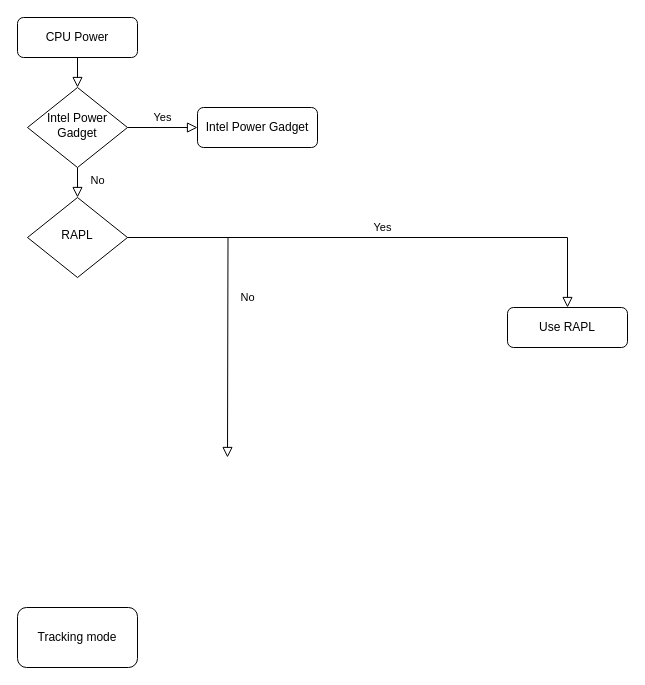
This is docs/edit/Diagramme sans nom.drawio from mlco2/codecarbon, a draw.io file, before an edit. Source tidied: cells renumbered, new cells numbered last; positions are measured from the earlier drawing's top-left corner, leaving out a move shared by most shapes. Both pictures are drawn from the tidied source at 100%, with x=0, y=0 at pixel (17, 17).
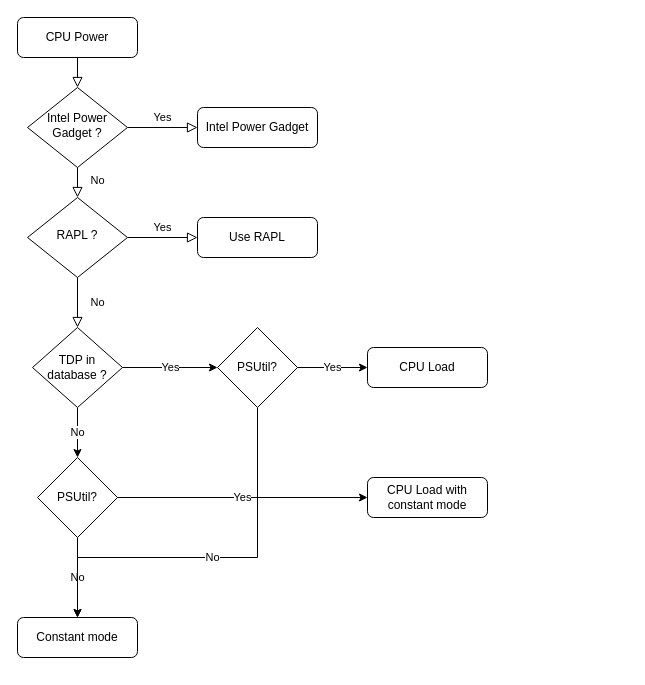
Above is the later version.

Commit message:
Mettre à jour Diagramme sans nom.drawio

Change to the diagram source:
```diff
@@
-    <mxCell id="4" value="No" style="rounded=0;html=1;jettySize=auto;fontSize=11;endArrow=block;endFill=0;endSize=8;strokeWidth=1;shadow=0;labelBackgroundColor=none;edgeStyle=orthogonalEdgeStyle;" parent="1" edge="1" source="6">
-      <mxGeometry y="20" relative="1" as="geometry">
-        <mxPoint x="210" y="440" as="targetPoint" />
-      </mxGeometry>
+    <mxCell id="4" value="No" style="rounded=0;html=1;jettySize=auto;fontSize=11;endArrow=block;endFill=0;endSize=8;strokeWidth=1;shadow=0;labelBackgroundColor=none;edgeStyle=orthogonalEdgeStyle;entryX=0.5;entryY=0;entryDx=0;entryDy=0;" parent="1" edge="1" source="6" target="18">
+      <mxGeometry y="20" relative="1" as="geometry" />
     </mxCell>
@@
-    <mxCell id="6" value="RAPL" style="rhombus;whiteSpace=wrap;html=1;shadow=0;fontFamily=Helvetica;fontSize=12;align=center;strokeWidth=1;spacing=6;spacingTop=-4;" parent="1" vertex="1">
+    <mxCell id="6" value="RAPL ?" style="rhombus;whiteSpace=wrap;html=1;shadow=0;fontFamily=Helvetica;fontSize=12;align=center;strokeWidth=1;spacing=6;spacingTop=-4;" parent="1" vertex="1">
       <mxGeometry x="10" y="180" width="100" height="80" as="geometry" />
     </mxCell>
     <mxCell id="7" value="Use RAPL" style="rounded=1;whiteSpace=wrap;html=1;fontSize=12;glass=0;strokeWidth=1;shadow=0;" parent="1" vertex="1">
-      <mxGeometry x="490" y="290" width="120" height="40" as="geometry" />
+      <mxGeometry x="180" y="200" width="120" height="40" as="geometry" />
     </mxCell>
@@
-    <mxCell id="10" value="Intel Power Gadget" style="rhombus;whiteSpace=wrap;html=1;shadow=0;fontFamily=Helvetica;fontSize=12;align=center;strokeWidth=1;spacing=6;spacingTop=-4;" parent="1" vertex="1">
+    <mxCell id="10" value="Intel Power Gadget ?" style="rhombus;whiteSpace=wrap;html=1;shadow=0;fontFamily=Helvetica;fontSize=12;align=center;strokeWidth=1;spacing=6;spacingTop=-4;" parent="1" vertex="1">
       <mxGeometry x="10" y="70" width="100" height="80" as="geometry" />
     </mxCell>
@@
-    <mxCell id="12" value="Tracking mode" style="rounded=1;whiteSpace=wrap;html=1;" parent="1" vertex="1">
-      <mxGeometry y="590" width="120" height="60" as="geometry" />
-    </mxCell>
+    <mxCell id="13" value="No" style="edgeStyle=orthogonalEdgeStyle;rounded=0;jettySize=auto;html=1;exitX=0.5;exitY=1;exitDx=0;exitDy=0;entryX=0.5;entryY=0;entryDx=0;entryDy=0;" parent="1" edge="1" source="15" target="20">
+      <mxGeometry relative="1" as="geometry" />
+    </mxCell>
+    <mxCell id="14" value="Yes" style="edgeStyle=orthogonalEdgeStyle;rounded=0;jettySize=auto;html=1;exitX=1;exitY=0.5;exitDx=0;exitDy=0;entryX=0;entryY=0.5;entryDx=0;entryDy=0;" parent="1" edge="1" source="15" target="24">
+      <mxGeometry relative="1" as="geometry" />
+    </mxCell>
+    <mxCell id="15" value="PSUtil?" style="rhombus;whiteSpace=wrap;html=1;" parent="1" vertex="1">
+      <mxGeometry x="20" y="440" width="80" height="80" as="geometry" />
+    </mxCell>
+    <mxCell id="16" value="Yes" style="edgeStyle=orthogonalEdgeStyle;rounded=0;jettySize=auto;html=1;exitX=1;exitY=0.5;exitDx=0;exitDy=0;entryX=0;entryY=0.5;entryDx=0;entryDy=0;" parent="1" edge="1" source="23" target="19">
+      <mxGeometry relative="1" as="geometry" />
+    </mxCell>
+    <mxCell id="17" value="No" style="edgeStyle=orthogonalEdgeStyle;rounded=0;jettySize=auto;html=1;exitX=0.5;exitY=1;exitDx=0;exitDy=0;entryX=0.5;entryY=0;entryDx=0;entryDy=0;" parent="1" edge="1" source="18" target="15">
+      <mxGeometry relative="1" as="geometry" />
+    </mxCell>
+    <mxCell id="18" value="TDP in database ?" style="rhombus;whiteSpace=wrap;html=1;" parent="1" vertex="1">
+      <mxGeometry x="15" y="310" width="90" height="80" as="geometry" />
+    </mxCell>
+    <mxCell id="19" value="CPU Load" style="rounded=1;whiteSpace=wrap;html=1;fontSize=12;glass=0;strokeWidth=1;shadow=0;" parent="1" vertex="1">
+      <mxGeometry x="350" y="330" width="120" height="40" as="geometry" />
+    </mxCell>
+    <mxCell id="20" value="Constant mode" style="rounded=1;whiteSpace=wrap;html=1;fontSize=12;glass=0;strokeWidth=1;shadow=0;" parent="1" vertex="1">
+      <mxGeometry y="600" width="120" height="40" as="geometry" />
+    </mxCell>
+    <mxCell id="21" value="Yes" style="edgeStyle=orthogonalEdgeStyle;rounded=0;jettySize=auto;html=1;exitX=1;exitY=0.5;exitDx=0;exitDy=0;entryX=0;entryY=0.5;entryDx=0;entryDy=0;" parent="1" edge="1" source="18" target="23">
+      <mxGeometry relative="1" as="geometry" />
+    </mxCell>
+    <mxCell id="22" value="No" style="edgeStyle=orthogonalEdgeStyle;rounded=0;jettySize=auto;html=1;exitX=0.5;exitY=1;exitDx=0;exitDy=0;entryX=0.5;entryY=0;entryDx=0;entryDy=0;" parent="1" edge="1" source="23" target="20">
+      <mxGeometry relative="1" as="geometry">
+        <Array as="points">
+          <mxPoint x="240" y="540" />
+          <mxPoint x="60" y="540" />
+        </Array>
+      </mxGeometry>
+    </mxCell>
+    <mxCell id="23" value="PSUtil?" style="rhombus;whiteSpace=wrap;html=1;" parent="1" vertex="1">
+      <mxGeometry x="200" y="310" width="80" height="80" as="geometry" />
+    </mxCell>
+    <mxCell id="24" value="CPU Load with constant mode" style="rounded=1;whiteSpace=wrap;html=1;fontSize=12;glass=0;strokeWidth=1;shadow=0;" parent="1" vertex="1">
+      <mxGeometry x="350" y="460" width="120" height="40" as="geometry" />
+    </mxCell>
```
